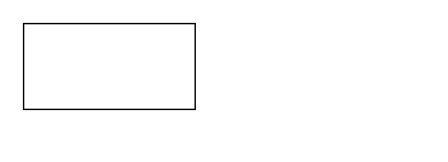
Artvell3000/umlLab2 keeps this draw.io diagram as lab2.drawio. Above is the earlier version. Source tidied: cells renumbered, new cells numbered last; positions are measured from the earlier drawing's top-left corner, leaving out a move shared by most shapes. Both pictures are drawn from the tidied source at 143%, with x=0, y=0 at pixel (23, 23).
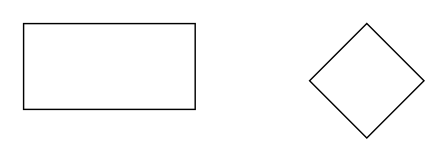
Above is the later version.

What changed in the source:
```diff
@@
 <mxGraphModel>
   <root>
     <mxCell id="0" />
     <mxCell id="1" parent="0" />
     <mxCell id="2" style="rounded=0;whiteSpace=wrap;html=1;" parent="1" vertex="1">
       <mxGeometry width="120" height="60" as="geometry" />
     </mxCell>
+    <mxCell id="3" style="rhombus;whiteSpace=wrap;html=1;" parent="1" vertex="1">
+      <mxGeometry x="200" width="80" height="80" as="geometry" />
+    </mxCell>
   </root>
 </mxGraphModel>
```
